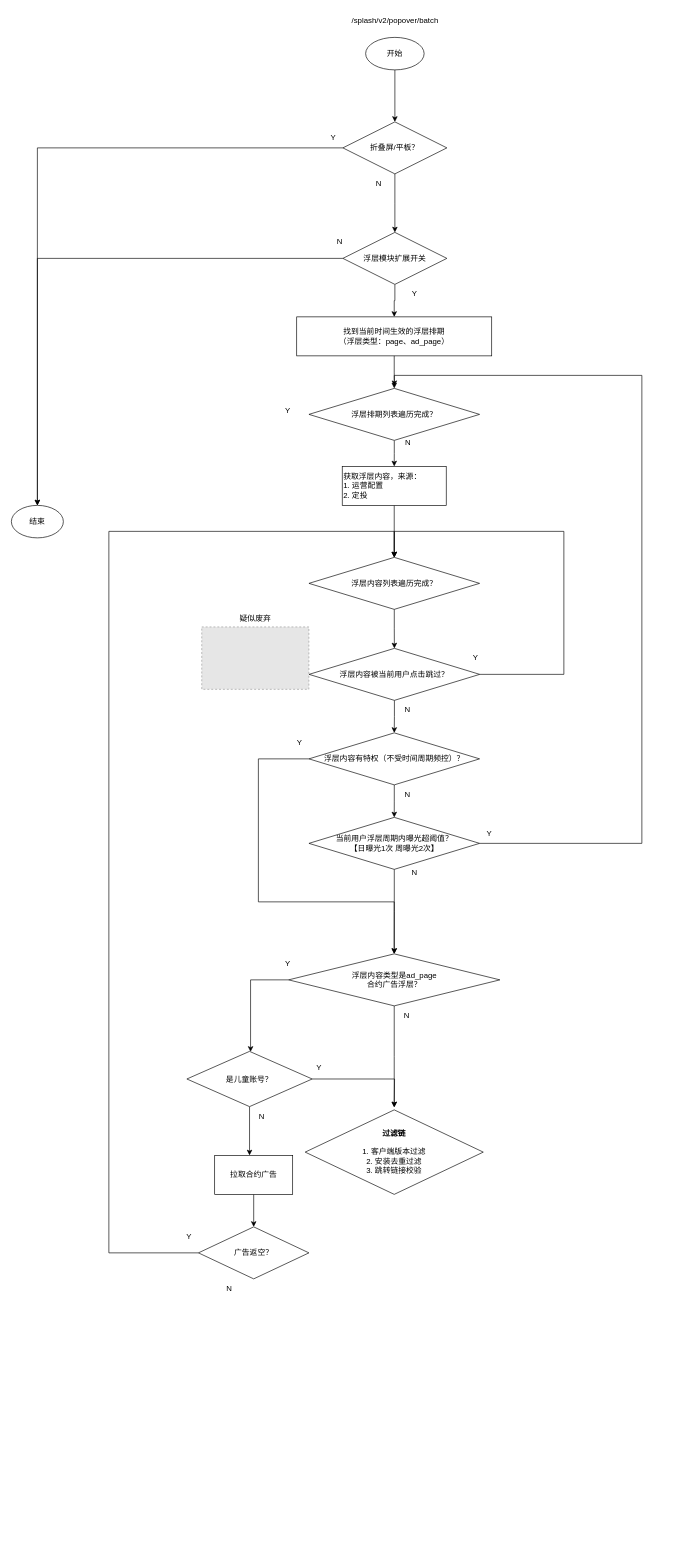
Above: 618浮层一镜到底.drawio in ETHAN0430/draw.io.repo (draw.io), before the change. Source tidied: cells renumbered, new cells numbered last; positions are measured from the earlier drawing's top-left corner, leaving out a move shared by most shapes. Both pictures are drawn from the tidied source at 65%, with x=0, y=0 at pixel (11, 11). Pictures stored in the file or linked from it are replaced by grey dashed boxes.
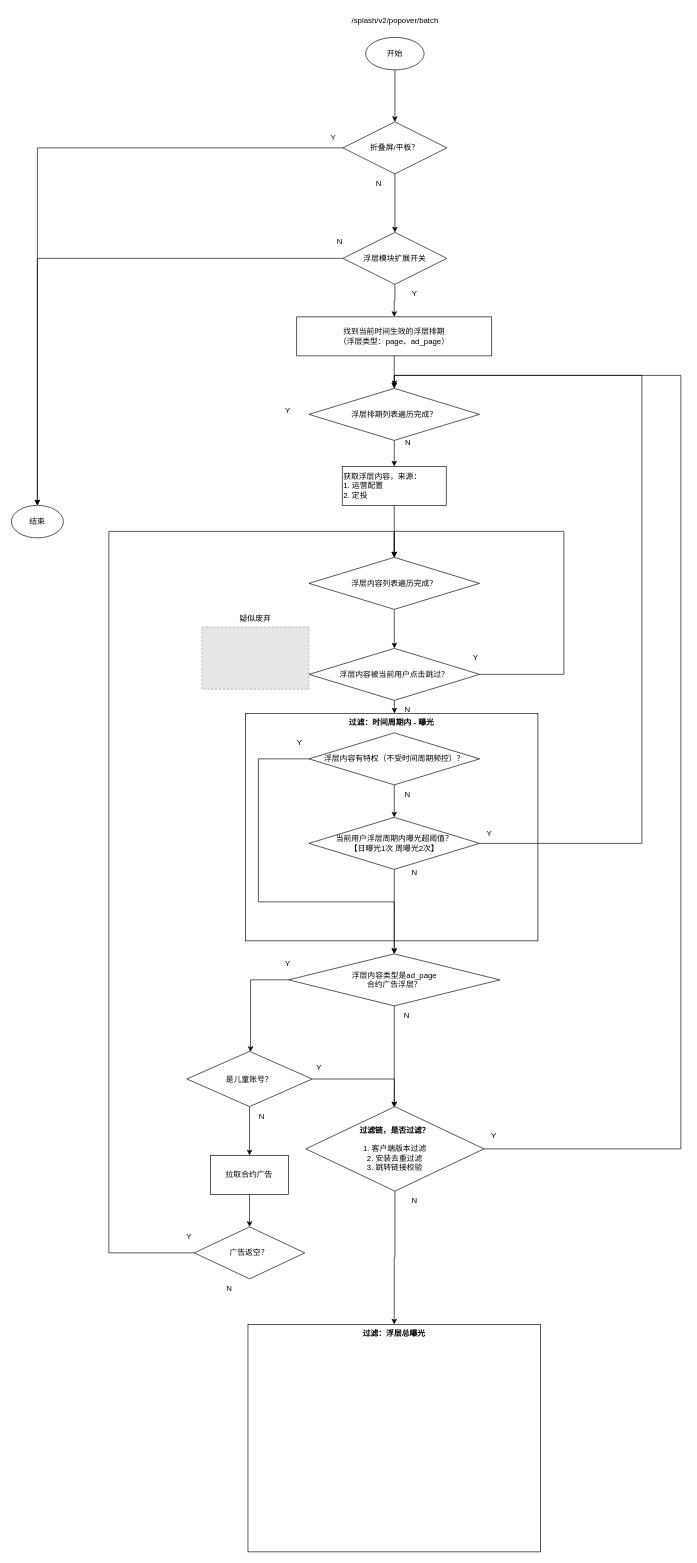
After the change.

Commit message:
更新618浮层一镜到底.drawio

Unchanged cells that the change refers to:
```xml
<mxCell id="19" value="浮层内容被当前用户点击跳过？" style="rhombus;whiteSpace=wrap;html=1;" parent="1" vertex="1">
  <mxGeometry x="458" y="980" width="262.5" height="80" as="geometry" />
</mxCell>
<mxCell id="28" value="浮层内容有特权（不受时间周期频控）？" style="rhombus;whiteSpace=wrap;html=1;" parent="1" vertex="1">
  <mxGeometry x="457.8" y="1110" width="262.5" height="80" as="geometry" />
</mxCell>
<mxCell id="37" value="浮层排期列表遍历完成？" style="rhombus;whiteSpace=wrap;html=1;" parent="1" vertex="1">
  <mxGeometry x="457.8" y="580" width="262.5" height="80" as="geometry" />
</mxCell>
```

Diff of the diagram source:
```diff
@@
+    <mxCell id="60" value="&lt;b&gt;过滤：时间周期内 - 曝光&lt;/b&gt;" style="whiteSpace=wrap;html=1;verticalAlign=top;" parent="1" vertex="1">
+      <mxGeometry x="360" y="1080" width="450" height="350" as="geometry" />
+    </mxCell>
@@
-    <mxCell id="17" style="edgeStyle=orthogonalEdgeStyle;rounded=0;jettySize=auto;html=1;entryX=0.5;entryY=0;entryDx=0;entryDy=0;" parent="1" edge="1" source="19" target="28">
-      <mxGeometry relative="1" as="geometry" />
-    </mxCell>
@@
     <mxCell id="50" value="拉取合约广告" style="whiteSpace=wrap;html=1;" parent="1" vertex="1">
-      <mxGeometry x="312.8" y="1760" width="120" height="60" as="geometry" />
+      <mxGeometry x="306.4" y="1760" width="120" height="60" as="geometry" />
     </mxCell>
@@
     <mxCell id="52" value="广告返空？" style="rhombus;whiteSpace=wrap;html=1;" parent="1" vertex="1">
-      <mxGeometry x="287.8" y="1870" width="170" height="80" as="geometry" />
+      <mxGeometry x="281.4" y="1870" width="170" height="80" as="geometry" />
     </mxCell>
@@
+    <mxCell id="61" style="edgeStyle=orthogonalEdgeStyle;rounded=0;jettySize=auto;html=1;entryX=0.5;entryY=0;entryDx=0;entryDy=0;" parent="1" edge="1" source="59" target="37">
+      <mxGeometry relative="1" as="geometry">
+        <Array as="points">
+          <mxPoint x="1030" y="1750" />
+          <mxPoint x="1030" y="560" />
+          <mxPoint x="589" y="560" />
+        </Array>
+      </mxGeometry>
+    </mxCell>
+    <mxCell id="62" style="edgeStyle=orthogonalEdgeStyle;rounded=0;jettySize=auto;html=1;entryX=0.5;entryY=0;entryDx=0;entryDy=0;" parent="1" edge="1" source="59" target="66">
+      <mxGeometry relative="1" as="geometry" />
+    </mxCell>
-    <mxCell id="59" value="&lt;div&gt;&lt;b&gt;过滤链&lt;br&gt;&lt;br&gt;&lt;/b&gt;&lt;/div&gt;1.&amp;nbsp;客户端版本过滤&lt;br&gt;2.&amp;nbsp;安装去重过滤&lt;br&gt;3. 跳转链接校验" style="rhombus;whiteSpace=wrap;html=1;" parent="1" vertex="1">
-      <mxGeometry x="452" y="1690" width="274" height="130" as="geometry" />
+    <mxCell id="59" value="&lt;div&gt;&lt;b&gt;过滤链，是否过滤？&lt;br&gt;&lt;br&gt;&lt;/b&gt;&lt;/div&gt;1.&amp;nbsp;客户端版本过滤&lt;br&gt;2.&amp;nbsp;安装去重过滤&lt;br&gt;3. 跳转链接校验" style="rhombus;whiteSpace=wrap;html=1;" parent="1" vertex="1">
+      <mxGeometry x="453" y="1685" width="274" height="130" as="geometry" />
     </mxCell>
+    <mxCell id="63" value="Y" style="text;html=1;align=center;verticalAlign=middle;strokeColor=none;fillColor=none;" parent="1" vertex="1">
+      <mxGeometry x="727" y="1714" width="30" height="30" as="geometry" />
+    </mxCell>
+    <mxCell id="64" value="N" style="text;html=1;align=center;verticalAlign=middle;strokeColor=none;fillColor=none;" parent="1" vertex="1">
+      <mxGeometry x="605" y="1815" width="30" height="30" as="geometry" />
+    </mxCell>
+    <mxCell id="65" style="edgeStyle=orthogonalEdgeStyle;rounded=0;jettySize=auto;html=1;entryX=0.508;entryY=-0.001;entryDx=0;entryDy=0;entryPerimeter=0;" parent="1" edge="1" source="19" target="60">
+      <mxGeometry relative="1" as="geometry" />
+    </mxCell>
+    <mxCell id="66" value="&lt;b&gt;过滤：浮层总曝光&lt;/b&gt;" style="whiteSpace=wrap;html=1;verticalAlign=top;" parent="1" vertex="1">
+      <mxGeometry x="364" y="2020" width="450" height="350" as="geometry" />
+    </mxCell>
```
